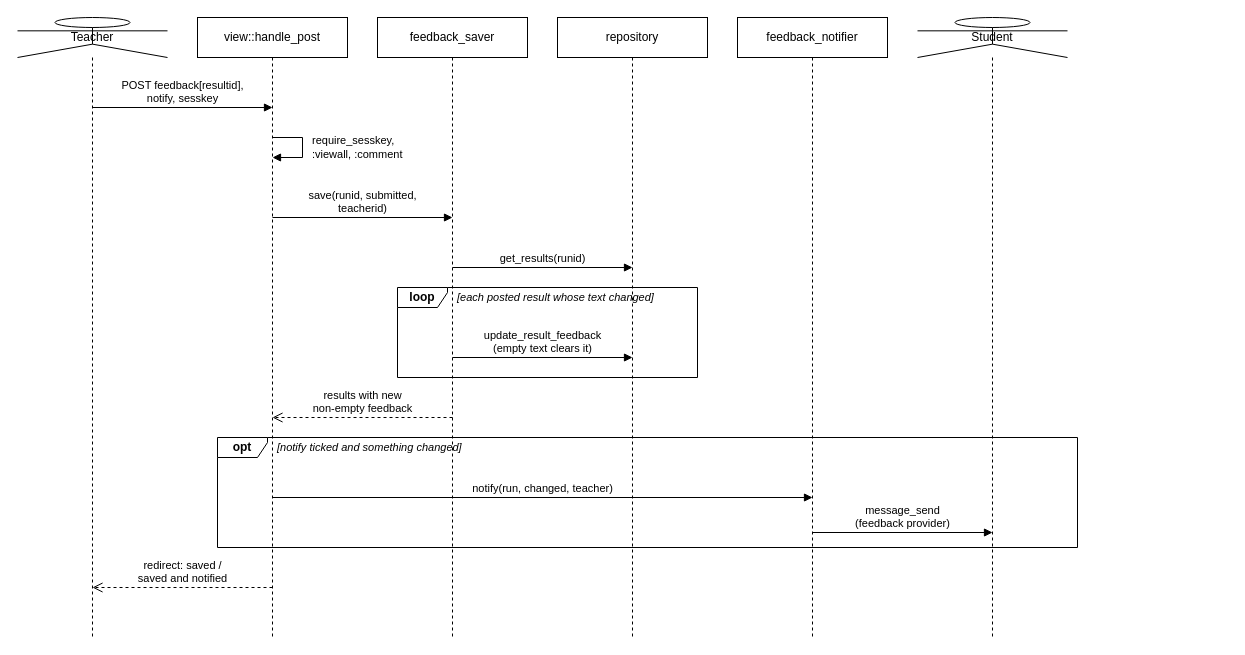
Before: page "5 Feedback sequence" (5 of 5) of docs/architecture.drawio in maanusroosioks/moodleplugin, a draw.io diagram. Source tidied: cells renumbered, new cells numbered last; positions are measured from the earlier drawing's top-left corner, leaving out a move shared by most shapes. Both pictures are drawn from the tidied source at 100%, with x=0, y=0 at pixel (17, 17).
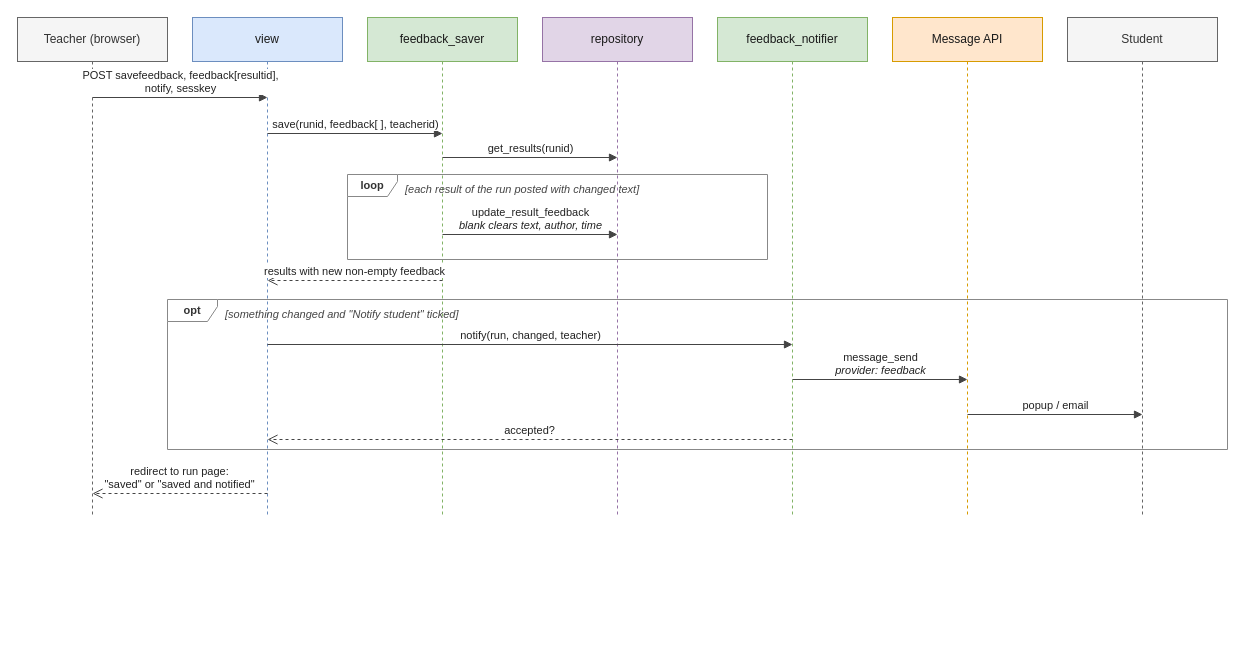
The same diagram, later.

Change to the diagram source:
```diff
@@
-    <mxCell id="2" value="Teacher" style="shape=umlLifeline;perimeter=lifelinePerimeter;whiteSpace=wrap;html=1;size=40;participant=umlActor;" parent="1" vertex="1">
-      <mxGeometry width="150" height="620" as="geometry" />
-    </mxCell>
-    <mxCell id="3" value="view::handle_post" style="shape=umlLifeline;perimeter=lifelinePerimeter;whiteSpace=wrap;html=1;size=40;" parent="1" vertex="1">
-      <mxGeometry x="180" width="150" height="620" as="geometry" />
-    </mxCell>
+    <mxCell id="22" value="Teacher (browser)" style="shape=umlLifeline;perimeter=lifelinePerimeter;whiteSpace=wrap;html=1;size=44;fontSize=12;strokeColor=#666666;fillColor=#f5f5f5;strokeColor=#666666;fontColor=#333333;" parent="1" vertex="1">
+      <mxGeometry width="150" height="500" as="geometry" />
+    </mxCell>
+    <mxCell id="23" value="view" style="shape=umlLifeline;perimeter=lifelinePerimeter;whiteSpace=wrap;html=1;size=44;fontSize=12;strokeColor=#666666;fillColor=#dae8fc;strokeColor=#6c8ebf;fontColor=#1a1a1a;" parent="1" vertex="1">
+      <mxGeometry x="175" width="150" height="500" as="geometry" />
+    </mxCell>
-    <mxCell id="4" value="feedback_saver" style="shape=umlLifeline;perimeter=lifelinePerimeter;whiteSpace=wrap;html=1;size=40;" parent="1" vertex="1">
-      <mxGeometry x="360" width="150" height="620" as="geometry" />
+    <mxCell id="4" value="feedback_saver" style="shape=umlLifeline;perimeter=lifelinePerimeter;whiteSpace=wrap;html=1;size=44;fontSize=12;strokeColor=#666666;fillColor=#d5e8d4;strokeColor=#82b366;fontColor=#1a1a1a;" parent="1" vertex="1">
+      <mxGeometry x="350" width="150" height="500" as="geometry" />
     </mxCell>
-    <mxCell id="5" value="repository" style="shape=umlLifeline;perimeter=lifelinePerimeter;whiteSpace=wrap;html=1;size=40;" parent="1" vertex="1">
-      <mxGeometry x="540" width="150" height="620" as="geometry" />
+    <mxCell id="5" value="repository" style="shape=umlLifeline;perimeter=lifelinePerimeter;whiteSpace=wrap;html=1;size=44;fontSize=12;strokeColor=#666666;fillColor=#e1d5e7;strokeColor=#9673a6;fontColor=#1a1a1a;" parent="1" vertex="1">
+      <mxGeometry x="525" width="150" height="500" as="geometry" />
     </mxCell>
-    <mxCell id="6" value="feedback_notifier" style="shape=umlLifeline;perimeter=lifelinePerimeter;whiteSpace=wrap;html=1;size=40;" parent="1" vertex="1">
-      <mxGeometry x="720" width="150" height="620" as="geometry" />
+    <mxCell id="6" value="feedback_notifier" style="shape=umlLifeline;perimeter=lifelinePerimeter;whiteSpace=wrap;html=1;size=44;fontSize=12;strokeColor=#666666;fillColor=#d5e8d4;strokeColor=#82b366;fontColor=#1a1a1a;" parent="1" vertex="1">
+      <mxGeometry x="700" width="150" height="500" as="geometry" />
     </mxCell>
+    <mxCell id="24" value="Message API" style="shape=umlLifeline;perimeter=lifelinePerimeter;whiteSpace=wrap;html=1;size=44;fontSize=12;strokeColor=#666666;fillColor=#ffe6cc;strokeColor=#d79b00;fontColor=#1a1a1a;" parent="1" vertex="1">
+      <mxGeometry x="875" width="150" height="500" as="geometry" />
+    </mxCell>
+    <mxCell id="25" value="Student" style="shape=umlLifeline;perimeter=lifelinePerimeter;whiteSpace=wrap;html=1;size=44;fontSize=12;strokeColor=#666666;fillColor=#f5f5f5;strokeColor=#666666;fontColor=#333333;" parent="1" vertex="1">
+      <mxGeometry x="1050" width="150" height="500" as="geometry" />
+    </mxCell>
+    <mxCell id="2" value="POST savefeedback, feedback[resultid],&lt;br&gt;notify, sesskey" style="html=1;verticalAlign=bottom;endArrow=block;endFill=1;rounded=0;fontSize=11;labelBackgroundColor=default;strokeColor=#444444;fontColor=#222222;" parent="1" edge="1">
+      <mxGeometry relative="1" as="geometry">
+        <mxPoint x="75" y="80" as="sourcePoint" />
+        <mxPoint x="250" y="80" as="targetPoint" />
+      </mxGeometry>
+    </mxCell>
-    <mxCell id="7" value="Student" style="shape=umlLifeline;perimeter=lifelinePerimeter;whiteSpace=wrap;html=1;size=40;participant=umlActor;" parent="1" vertex="1">
-      <mxGeometry x="900" width="150" height="620" as="geometry" />
+    <mxCell id="7" value="save(runid, feedback[ ], teacherid)" style="html=1;verticalAlign=bottom;endArrow=block;endFill=1;rounded=0;fontSize=11;labelBackgroundColor=default;strokeColor=#444444;fontColor=#222222;" parent="1" edge="1">
+      <mxGeometry relative="1" as="geometry">
+        <mxPoint x="250" y="116" as="sourcePoint" />
+        <mxPoint x="425" y="116" as="targetPoint" />
+      </mxGeometry>
     </mxCell>
-    <mxCell id="8" value="POST feedback[resultid],&lt;br&gt;notify, sesskey" style="html=1;verticalAlign=bottom;endArrow=block;endFill=1;rounded=0;fontSize=11;labelBackgroundColor=default;" parent="1" edge="1">
+    <mxCell id="8" value="get_results(runid)" style="html=1;verticalAlign=bottom;endArrow=block;endFill=1;rounded=0;fontSize=11;labelBackgroundColor=default;strokeColor=#444444;fontColor=#222222;" parent="1" edge="1">
       <mxGeometry relative="1" as="geometry">
-        <mxPoint x="75" y="90" as="sourcePoint" />
-        <mxPoint x="255" y="90" as="targetPoint" />
+        <mxPoint x="425" y="140" as="sourcePoint" />
+        <mxPoint x="600" y="140" as="targetPoint" />
       </mxGeometry>
     </mxCell>
-    <mxCell id="9" style="html=1;endArrow=block;endFill=1;rounded=0;" parent="1" edge="1">
-      <mxGeometry relative="1" as="geometry">
-        <mxPoint x="255" y="120" as="sourcePoint" />
-        <mxPoint x="255" y="140" as="targetPoint" />
-        <Array as="points">
-          <mxPoint x="285" y="120" />
-          <mxPoint x="285" y="140" />
-        </Array>
-      </mxGeometry>
+    <mxCell id="9" value="loop" style="shape=umlFrame;whiteSpace=wrap;html=1;width=50;height=22;fontSize=11;fontStyle=1;strokeColor=#888888;fillColor=none;fontColor=#333333;" parent="1" vertex="1">
+      <mxGeometry x="330" y="157" width="420" height="85" as="geometry" />
     </mxCell>
-    <mxCell id="10" value="require_sesskey,&lt;br&gt;:viewall, :comment" style="text;html=1;align=left;verticalAlign=middle;whiteSpace=wrap;fontSize=11;" parent="1" vertex="1">
-      <mxGeometry x="293" y="112" width="135" height="36" as="geometry" />
+    <mxCell id="10" value="[each result of the run posted with changed text]" style="text;html=1;align=left;verticalAlign=top;whiteSpace=wrap;fontSize=11;fontColor=#444444;fontStyle=2;" parent="1" vertex="1">
+      <mxGeometry x="386" y="159" width="360" height="18" as="geometry" />
     </mxCell>
-    <mxCell id="11" value="save(runid, submitted,&lt;br&gt;teacherid)" style="html=1;verticalAlign=bottom;endArrow=block;endFill=1;rounded=0;fontSize=11;labelBackgroundColor=default;" parent="1" edge="1">
+    <mxCell id="11" value="update_result_feedback&lt;br&gt;&lt;i&gt;blank clears text, author, time&lt;/i&gt;" style="html=1;verticalAlign=bottom;endArrow=block;endFill=1;rounded=0;fontSize=11;labelBackgroundColor=default;strokeColor=#444444;fontColor=#222222;" parent="1" edge="1">
       <mxGeometry relative="1" as="geometry">
-        <mxPoint x="255" y="200" as="sourcePoint" />
-        <mxPoint x="435" y="200" as="targetPoint" />
+        <mxPoint x="425" y="217" as="sourcePoint" />
+        <mxPoint x="600" y="217" as="targetPoint" />
       </mxGeometry>
     </mxCell>
-    <mxCell id="12" value="get_results(runid)" style="html=1;verticalAlign=bottom;endArrow=block;endFill=1;rounded=0;fontSize=11;labelBackgroundColor=default;" parent="1" edge="1">
+    <mxCell id="12" value="results with new non-empty feedback" style="html=1;verticalAlign=bottom;endArrow=block;endFill=1;rounded=0;fontSize=11;labelBackgroundColor=default;strokeColor=#444444;fontColor=#222222;dashed=1;endArrow=open;endSize=8;" parent="1" edge="1">
       <mxGeometry relative="1" as="geometry">
-        <mxPoint x="435" y="250" as="sourcePoint" />
-        <mxPoint x="615" y="250" as="targetPoint" />
+        <mxPoint x="425" y="263" as="sourcePoint" />
+        <mxPoint x="250" y="263" as="targetPoint" />
       </mxGeometry>
     </mxCell>
-    <mxCell id="13" value="loop" style="shape=umlFrame;whiteSpace=wrap;html=1;width=50;height=20;fontStyle=1;" parent="1" vertex="1">
-      <mxGeometry x="380" y="270" width="300" height="90" as="geometry" />
+    <mxCell id="13" value="opt" style="shape=umlFrame;whiteSpace=wrap;html=1;width=50;height=22;fontSize=11;fontStyle=1;strokeColor=#888888;fillColor=none;fontColor=#333333;" parent="1" vertex="1">
+      <mxGeometry x="150" y="282" width="1060" height="150" as="geometry" />
     </mxCell>
-    <mxCell id="14" value="[each posted result whose text changed]" style="text;html=1;align=left;verticalAlign=middle;whiteSpace=wrap;fontSize=11;fontStyle=2;" parent="1" vertex="1">
-      <mxGeometry x="438" y="271" width="230" height="18" as="geometry" />
+    <mxCell id="14" value="[something changed and &quot;Notify student&quot; ticked]" style="text;html=1;align=left;verticalAlign=top;whiteSpace=wrap;fontSize=11;fontColor=#444444;fontStyle=2;" parent="1" vertex="1">
+      <mxGeometry x="206" y="284" width="1000" height="18" as="geometry" />
     </mxCell>
-    <mxCell id="15" value="update_result_feedback&lt;br&gt;(empty text clears it)" style="html=1;verticalAlign=bottom;endArrow=block;endFill=1;rounded=0;fontSize=11;labelBackgroundColor=default;" parent="1" edge="1">
+    <mxCell id="15" value="notify(run, changed, teacher)" style="html=1;verticalAlign=bottom;endArrow=block;endFill=1;rounded=0;fontSize=11;labelBackgroundColor=default;strokeColor=#444444;fontColor=#222222;" parent="1" edge="1">
       <mxGeometry relative="1" as="geometry">
-        <mxPoint x="435" y="340" as="sourcePoint" />
-        <mxPoint x="615" y="340" as="targetPoint" />
+        <mxPoint x="250" y="327" as="sourcePoint" />
+        <mxPoint x="775" y="327" as="targetPoint" />
       </mxGeometry>
     </mxCell>
-    <mxCell id="16" value="results with new&lt;br&gt;non-empty feedback" style="html=1;verticalAlign=bottom;endArrow=open;dashed=1;endSize=8;rounded=0;fontSize=11;labelBackgroundColor=default;" parent="1" edge="1">
+    <mxCell id="16" value="message_send&lt;br&gt;&lt;i&gt;provider: feedback&lt;/i&gt;" style="html=1;verticalAlign=bottom;endArrow=block;endFill=1;rounded=0;fontSize=11;labelBackgroundColor=default;strokeColor=#444444;fontColor=#222222;" parent="1" edge="1">
       <mxGeometry relative="1" as="geometry">
-        <mxPoint x="435" y="400" as="sourcePoint" />
-        <mxPoint x="255" y="400" as="targetPoint" />
+        <mxPoint x="775" y="362" as="sourcePoint" />
+        <mxPoint x="950" y="362" as="targetPoint" />
       </mxGeometry>
     </mxCell>
-    <mxCell id="17" value="opt" style="shape=umlFrame;whiteSpace=wrap;html=1;width=50;height=20;fontStyle=1;" parent="1" vertex="1">
-      <mxGeometry x="200" y="420" width="860" height="110" as="geometry" />
+    <mxCell id="17" value="popup / email" style="html=1;verticalAlign=bottom;endArrow=block;endFill=1;rounded=0;fontSize=11;labelBackgroundColor=default;strokeColor=#444444;fontColor=#222222;" parent="1" edge="1">
+      <mxGeometry relative="1" as="geometry">
+        <mxPoint x="950" y="397" as="sourcePoint" />
+        <mxPoint x="1125" y="397" as="targetPoint" />
+      </mxGeometry>
     </mxCell>
-    <mxCell id="18" value="[notify ticked and something changed]" style="text;html=1;align=left;verticalAlign=middle;whiteSpace=wrap;fontSize=11;fontStyle=2;" parent="1" vertex="1">
-      <mxGeometry x="258" y="421" width="790" height="18" as="geometry" />
+    <mxCell id="18" value="accepted?" style="html=1;verticalAlign=bottom;endArrow=block;endFill=1;rounded=0;fontSize=11;labelBackgroundColor=default;strokeColor=#444444;fontColor=#222222;dashed=1;endArrow=open;endSize=8;" parent="1" edge="1">
+      <mxGeometry relative="1" as="geometry">
+        <mxPoint x="775" y="422" as="sourcePoint" />
+        <mxPoint x="250" y="422" as="targetPoint" />
+      </mxGeometry>
     </mxCell>
-    <mxCell id="19" value="notify(run, changed, teacher)" style="html=1;verticalAlign=bottom;endArrow=block;endFill=1;rounded=0;fontSize=11;labelBackgroundColor=default;" parent="1" edge="1">
+    <mxCell id="19" value="redirect to run page:&lt;br&gt;&quot;saved&quot; or &quot;saved and notified&quot;" style="html=1;verticalAlign=bottom;endArrow=block;endFill=1;rounded=0;fontSize=11;labelBackgroundColor=default;strokeColor=#444444;fontColor=#222222;dashed=1;endArrow=open;endSize=8;" parent="1" edge="1">
       <mxGeometry relative="1" as="geometry">
-        <mxPoint x="255" y="480" as="sourcePoint" />
-        <mxPoint x="795" y="480" as="targetPoint" />
+        <mxPoint x="250" y="476" as="sourcePoint" />
+        <mxPoint x="75" y="476" as="targetPoint" />
       </mxGeometry>
     </mxCell>
-    <mxCell id="20" value="message_send&lt;br&gt;(feedback provider)" style="html=1;verticalAlign=bottom;endArrow=block;endFill=1;rounded=0;fontSize=11;labelBackgroundColor=default;" parent="1" edge="1">
-      <mxGeometry relative="1" as="geometry">
-        <mxPoint x="795" y="515" as="sourcePoint" />
-        <mxPoint x="975" y="515" as="targetPoint" />
-      </mxGeometry>
-    </mxCell>
-    <mxCell id="21" value="redirect: saved /&lt;br&gt;saved and notified" style="html=1;verticalAlign=bottom;endArrow=open;dashed=1;endSize=8;rounded=0;fontSize=11;labelBackgroundColor=default;" parent="1" edge="1">
-      <mxGeometry relative="1" as="geometry">
-        <mxPoint x="255" y="570" as="sourcePoint" />
-        <mxPoint x="75" y="570" as="targetPoint" />
-      </mxGeometry>
-    </mxCell>
```
